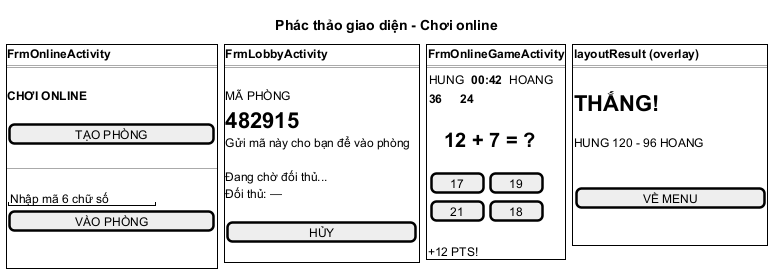
The PlantUML diagram docs/hung/giao-dien-uc05.png in HungNguyenBa1811/math-dash, before a commit. The source it was exported from:
```plantuml
@startsalt giao-dien-uc05
title Phác thảo giao diện - Chơi online
{
  {+
  <b>FrmOnlineActivity
  ==
  .
  <b>CHƠI ONLINE
  .
  [        TẠO PHÒNG        ]
  .
  ---- hoặc ----
  .
  "Nhập mã 6 chữ số  "
  [        VÀO PHÒNG        ]
  .
  .
  } | . | {+
  <b>FrmLobbyActivity
  ==
  .
  MÃ PHÒNG
  <size:22><b>482915</b></size>
  Gửi mã này cho bạn để vào phòng
  .
  Đang chờ đối thủ...
  Đối thủ: —
  .
  [          HỦY          ]
  .
  } | . | {+
  <b>FrmOnlineGameActivity
  ==
  { HUNG | .   | <b>00:42 | .   | HOANG }
  { <b>36 | .  | .        | .   | <b>24 }
  .
  <size:20><b>   12 + 7 = ?</b></size>
  .
  { [  17  ] | [  19  ] }
  { [  21  ] | [  18  ] }
  .
  +12 PTS!
  } | . | {+
  <b>layoutResult (overlay)
  ==
  .
  <size:22><b>THẮNG!</b></size>
  .
  HUNG 120 - 96 HOANG
  .
  .
  [        VỀ MENU        ]
  .
  .
  }
}
@endsalt
```
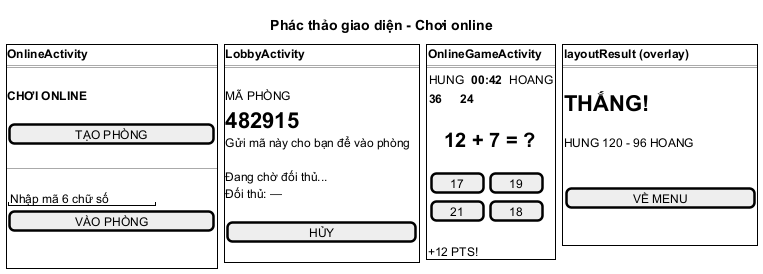
Above is the later version.

Diff of the diagram source:
```diff
@@ -2,7 +2,7 @@
 title Phác thảo giao diện - Chơi online
 {
   {+
-  <b>FrmOnlineActivity
+  <b>OnlineActivity
   ==
   .
   <b>CHƠI ONLINE
@@ -16,7 +16,7 @@
   .
   .
   } | . | {+
-  <b>FrmLobbyActivity
+  <b>LobbyActivity
   ==
   .
   MÃ PHÒNG
@@ -29,7 +29,7 @@
   [          HỦY          ]
   .
   } | . | {+
-  <b>FrmOnlineGameActivity
+  <b>OnlineGameActivity
   ==
   { HUNG | .   | <b>00:42 | .   | HOANG }
   { <b>36 | .  | .        | .   | <b>24 }
```
